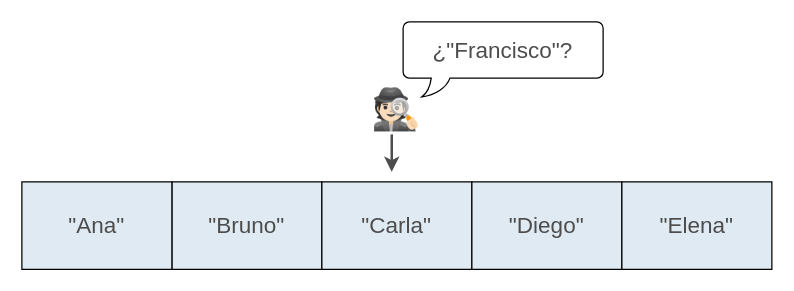
This is page "paso_2" (3 of 6) of teoria/04_estructuras_y_algoritmos/imgs/arreglo_conjunto_insercion.drawio from ee-unr/programacion-2, a draw.io file, before an edit. Source tidied: cells renumbered, new cells numbered last; positions are measured from the earlier drawing's top-left corner, leaving out a move shared by most shapes. Both pictures are drawn from the tidied source at 125%, with x=0, y=0 at pixel (21, 21). Pictures stored in the file or linked from it are replaced by grey dashed boxes.
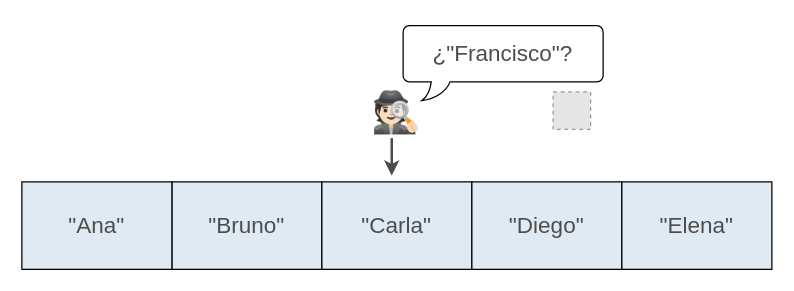
Above is the later version.

What changed in the source:
```diff
@@
 <mxGraphModel>
   <root>
     <mxCell id="0" />
     <mxCell id="1" parent="0" />
     <mxCell id="2" value="&lt;span style=&quot;color: rgb(77, 77, 77); font-family: &amp;quot;Cascadia Code&amp;quot;;&quot;&gt;&lt;font style=&quot;font-size: 18px;&quot;&gt;&quot;Bruno&quot;&lt;/font&gt;&lt;/span&gt;" style="rounded=0;whiteSpace=wrap;html=1;strokeWidth=1;fillColor=#DFEAF2;" parent="1" vertex="1">
       <mxGeometry x="120" y="128" width="120" height="70" as="geometry" />
     </mxCell>
     <mxCell id="3" value="&lt;span style=&quot;color: rgb(77, 77, 77); font-family: &amp;quot;Cascadia Code&amp;quot;;&quot;&gt;&lt;font style=&quot;font-size: 18px;&quot;&gt;&quot;Carla&quot;&lt;/font&gt;&lt;/span&gt;" style="rounded=0;whiteSpace=wrap;html=1;strokeWidth=1;fillColor=#DFEAF2;" parent="1" vertex="1">
       <mxGeometry x="240" y="128" width="120" height="70" as="geometry" />
     </mxCell>
     <mxCell id="4" value="&lt;span style=&quot;color: rgb(77, 77, 77); font-family: &amp;quot;Cascadia Code&amp;quot;;&quot;&gt;&lt;font style=&quot;font-size: 18px;&quot;&gt;&quot;Diego&quot;&lt;/font&gt;&lt;/span&gt;" style="rounded=0;whiteSpace=wrap;html=1;strokeWidth=1;fillColor=#DFEAF2;" parent="1" vertex="1">
       <mxGeometry x="360" y="128" width="120" height="70" as="geometry" />
     </mxCell>
     <mxCell id="5" value="&lt;span style=&quot;color: rgb(77, 77, 77); font-family: &amp;quot;Cascadia Code&amp;quot;;&quot;&gt;&lt;font style=&quot;font-size: 18px;&quot;&gt;&quot;Elena&quot;&lt;/font&gt;&lt;/span&gt;" style="rounded=0;whiteSpace=wrap;html=1;strokeWidth=1;fillColor=#DFEAF2;" parent="1" vertex="1">
       <mxGeometry x="480" y="128" width="120" height="70" as="geometry" />
     </mxCell>
     <mxCell id="6" value="&lt;span style=&quot;color: rgb(77, 77, 77); font-family: &amp;quot;Cascadia Code&amp;quot;;&quot;&gt;&lt;font style=&quot;font-size: 18px;&quot;&gt;&quot;Ana&quot;&lt;/font&gt;&lt;/span&gt;" style="rounded=0;whiteSpace=wrap;html=1;strokeWidth=1;fillColor=#DFEAF2;" parent="1" vertex="1">
       <mxGeometry y="128" width="120" height="70" as="geometry" />
     </mxCell>
-    <mxCell id="7" style="group;" parent="1" vertex="1">
-      <mxGeometry x="265" width="200" height="120" as="geometry" />
-    </mxCell>
+    <mxCell id="12" style="group;" parent="1" vertex="1">
+      <mxGeometry x="265" y="3" width="200" height="120" as="geometry" />
+    </mxCell>
-    <mxCell id="8" style="group;" parent="7" vertex="1">
+    <mxCell id="8" style="group;" parent="12" vertex="1">
       <mxGeometry width="200" height="100" as="geometry" />
     </mxCell>
     <mxCell id="9" value="&lt;font style=&quot;font-size: 32px;&quot;&gt;🕵🏻&lt;/font&gt;" style="text;html=1;align=center;verticalAlign=middle;whiteSpace=wrap;rounded=0;" parent="8" vertex="1">
       <mxGeometry y="40" width="70" height="60" as="geometry" />
     </mxCell>
     <mxCell id="10" value="&lt;font style=&quot;color: rgb(77, 77, 77);&quot;&gt;&lt;span style=&quot;font-family: &amp;quot;Cascadia Code&amp;quot;; font-size: 18px;&quot;&gt;¿&lt;/span&gt;&lt;font style=&quot;font-family: &amp;quot;Cascadia Code&amp;quot;; font-size: 18px; color: rgb(77, 77, 77);&quot;&gt;&quot;Francisco&quot;&lt;/font&gt;&lt;span style=&quot;font-family: &amp;quot;Cascadia Code&amp;quot;; font-size: 18px;&quot;&gt;?&lt;/span&gt;&lt;/font&gt;" style="whiteSpace=wrap;html=1;shape=mxgraph.basic.roundRectCallout;dx=30;dy=15;size=5;boundedLbl=1;" parent="8" vertex="1">
       <mxGeometry x="40" width="160" height="60" as="geometry" />
     </mxCell>
-    <mxCell id="11" style="endArrow=classic;html=1;rounded=0;strokeWidth=2;strokeColor=#4D4D4D;" parent="7" edge="1">
-      <mxGeometry relative="1" as="geometry">
-        <mxPoint x="30.9" y="90" as="sourcePoint" />
-        <mxPoint x="30.9" y="120" as="targetPoint" />
-      </mxGeometry>
-    </mxCell>
+    <mxCell id="13" style="fillColor=#E6E6E6;strokeColor=#999999;dashed=1;verticalLabelPosition=bottom;labelBackgroundColor=default;verticalAlign=top;" parent="8" vertex="1">
+      <mxGeometry x="160" y="53" width="30" height="30" as="geometry" />
+    </mxCell>
+    <mxCell id="14" style="endArrow=classic;html=1;rounded=0;strokeWidth=2;strokeColor=#4D4D4D;" parent="12" edge="1">
+      <mxGeometry relative="1" as="geometry">
+        <mxPoint x="30.9" y="90" as="sourcePoint" />
+        <mxPoint x="30.9" y="120" as="targetPoint" />
+      </mxGeometry>
+    </mxCell>
   </root>
 </mxGraphModel>
```
